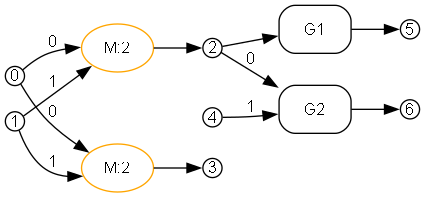
Earlier version of the Graphviz export crates/bhyp/images/test_copy_subst_commute/path1_after_copy_GM.png (ammatsui/bhypvis). Its source is kept beside it as crates/bhyp/images/test_copy_subst_commute/path1_after_copy_GM.dot.
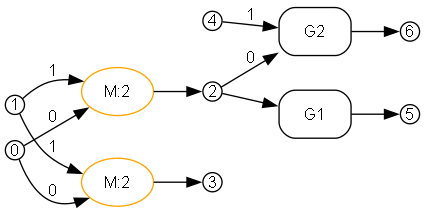
Above is the later version.

Diff of the diagram source:
```diff
@@ -5,29 +5,29 @@
   node [fontname="Helvetica", fontsize=12];
   edge [fontname="Helvetica", fontsize=12];
 
+  n4 [label="4", shape=circle, style=filled, fillcolor=white, color="black", width=0.2, height=0.2, fixedsize=true];
+  n3 [label="3", shape=circle, style=filled, fillcolor=white, color="black", width=0.2, height=0.2, fixedsize=true];
   n5 [label="5", shape=circle, style=filled, fillcolor=white, color="black", width=0.2, height=0.2, fixedsize=true];
   n6 [label="6", shape=circle, style=filled, fillcolor=white, color="black", width=0.2, height=0.2, fixedsize=true];
+  n1 [label="1", shape=circle, style=filled, fillcolor=white, color="black", width=0.2, height=0.2, fixedsize=true];
   n2 [label="2", shape=circle, style=filled, fillcolor=white, color="black", width=0.2, height=0.2, fixedsize=true];
-  n4 [label="4", shape=circle, style=filled, fillcolor=white, color="black", width=0.2, height=0.2, fixedsize=true];
   n0 [label="0", shape=circle, style=filled, fillcolor=white, color="black", width=0.2, height=0.2, fixedsize=true];
-  n1 [label="1", shape=circle, style=filled, fillcolor=white, color="black", width=0.2, height=0.2, fixedsize=true];
-  n3 [label="3", shape=circle, style=filled, fillcolor=white, color="black", width=0.2, height=0.2, fixedsize=true];
 
   e1 [label="M:2", shape=ellipse, style=rounded, color="orange"];
+  e0 [label="M:2", shape=ellipse, style=rounded, color="orange"];
   e3 [label="G1", shape=box, style=rounded, color="black"];
-  e0 [label="M:2", shape=ellipse, style=rounded, color="orange"];
   e2 [label="G2", shape=box, style=rounded, color="black"];
 
   n0 -> e1 [label="0"];
   n1 -> e1 [label="1"];
-  n2 -> e3 [label=""];
   n0 -> e0 [label="0"];
   n1 -> e0 [label="1"];
+  n2 -> e3 [label=""];
   n2 -> e2 [label="0"];
   n4 -> e2 [label="1"];
 
   e1 -> n3 [label=""];
+  e0 -> n2 [label=""];
   e3 -> n5 [label=""];
-  e0 -> n2 [label=""];
   e2 -> n6 [label=""];
 }
```
